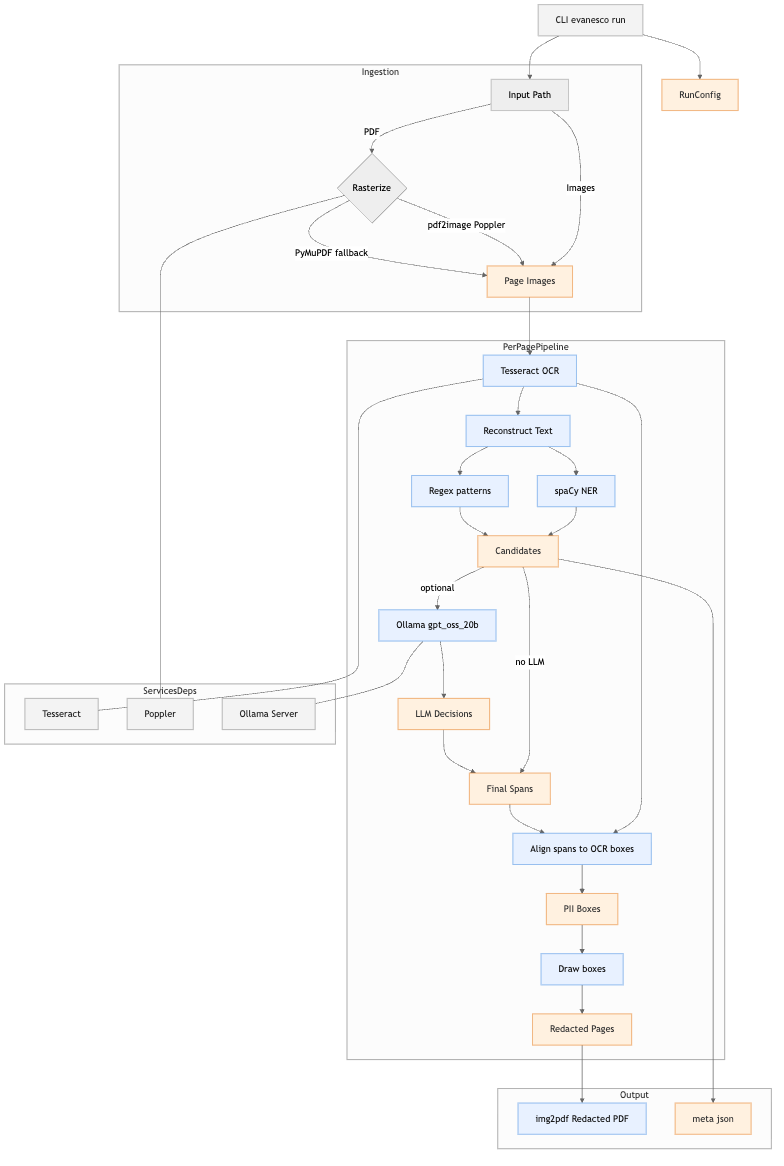
This is docs/architecture.png from BechirTr/evanesco-offline, a Mermaid export, as it was before one commit. Its source is kept beside it as docs/architecture.mmd.
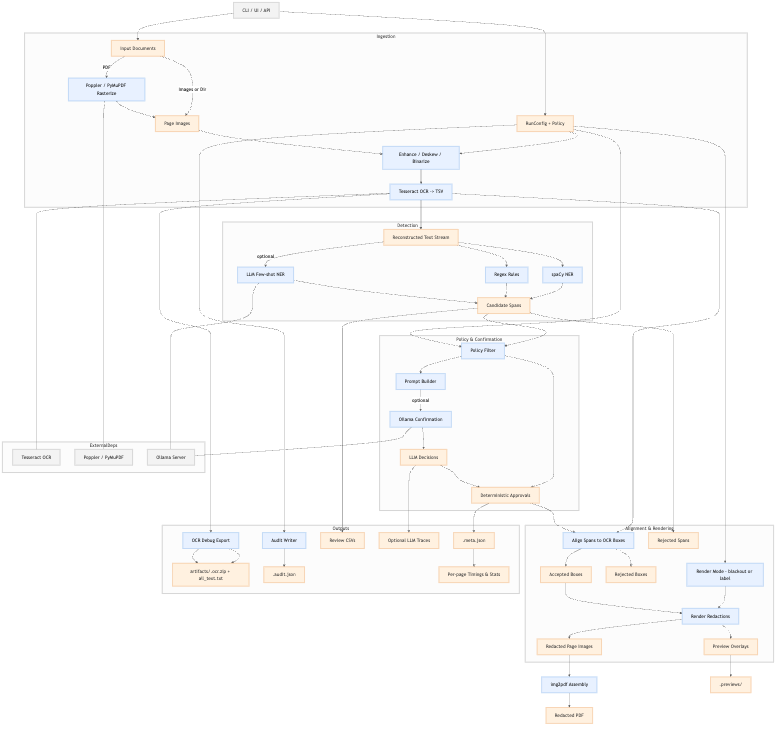
After the commit.

The edit, as a diff of the source:
```diff
@@ -3,48 +3,76 @@
   classDef action fill:#e8f1ff,stroke:#4a90e2,color:#111
   classDef store fill:#fff1e0,stroke:#e67e22,color:#333
 
-  I[CLI evanesco run]:::external --> Cfg[RunConfig]:::store
-  I --> InPath[Input Path]
+Entry[CLI / UI / API]:::external --> Config[RunConfig + Policy]:::store;
+Entry --> Source[Input Documents]:::store;
 
-  subgraph Ingestion
-    InPath -->|PDF| Raster{Rasterize}
-    InPath -->|Images| ImgList[Page Images]:::store
-    Raster -->|pdf2image Poppler| ImgList
-    Raster -->|PyMuPDF fallback| ImgList
-  end
 
-  subgraph PerPagePipeline
-    direction LR
-    ImgList --> OCR[Tesseract OCR]:::action
-    OCR --> Text[Reconstruct Text]:::action
-    Text --> Spa[spaCy NER]:::action
-    Text --> Re[Regex patterns]:::action
-    Spa --> Cand[Candidates]:::store
-    Re  --> Cand
+subgraph Ingestion
+  Source -->|PDF| Rasterize[Poppler / PyMuPDF Rasterize]:::action;
+  Source -->|Images or Dir| Pages[Page Images]:::store;
+  Rasterize --> Pages;
+  Config --> Preprocess[Enhance / Deskew / Binarize]:::action;
+  Pages --> Preprocess;
+  Preprocess --> OCR[Tesseract OCR -> TSV]:::action;
+end
 
-    Cand -->|optional| LLM[Ollama gpt_oss_20b]:::action
-    LLM --> Dec[LLM Decisions]:::store
-    Cand -->|no LLM| Final[Final Spans]:::store
-    Dec  --> Final
+OCR --> TextStream[Reconstructed Text Stream]:::store;
+OCR --> DebugExport[OCR Debug Export]:::action;
+DebugExport --> OcrArtifacts[artifacts/<run>.ocr.zip + all_text.txt]:::store;
 
-    OCR  --> Align[Align spans to OCR boxes]:::action
-    Final --> Align
-    Align --> Boxes[PII Boxes]:::store
-    Boxes --> Redact[Draw boxes]:::action
-    Redact --> RedPages[Redacted Pages]:::store
-  end
+subgraph Detection
+  TextStream --> Spa[spaCy NER]:::action;
+  TextStream --> Regex[Regex Rules]:::action;
+  TextStream -->|optional| LLMNER[LLM Few-shot NER]:::action;
+  Spa --> Candidates[Candidate Spans]:::store;
+  Regex --> Candidates;
+  LLMNER --> Candidates;
+end
 
-  subgraph Output
-    RedPages --> PDF[img2pdf Redacted PDF]:::action
-    Cand --> Meta[meta json]:::store
-  end
+subgraph PolicyConfirmation [Policy & Confirmation]
+  Candidates --> PolicyFilter[Policy Filter]:::action;
+  Config --> PolicyFilter;
+  PolicyFilter --> Prompt[Prompt Builder]:::action;
+  Prompt -->|optional| ConfirmLLM[Ollama Confirmation]:::action;
+  ConfirmLLM --> Decisions[LLM Decisions]:::store;
+  PolicyFilter --> Deterministic[Deterministic Approvals]:::store;
+  Decisions --> Deterministic;
+end
 
-  subgraph ServicesDeps
-    T[Tesseract]:::external
-    Pop[Poppler]:::external
-    Oll[Ollama Server]:::external
-  end
+subgraph AlignmentRendering [Alignment & Rendering]
+  OCR --> Align[Align Spans to OCR Boxes]:::action;
+  Deterministic --> Align;
+  Align --> Boxes[Accepted Boxes]:::store;
+  Candidates --> Rejected[Rejected Spans]:::store;
+  Align --> RejectedBoxes[Rejected Boxes]:::store;
+  Config --> RenderMode[Render Mode - blackout or label]:::action;
+  RenderMode --> Render[Render Redactions]:::action;
+  Boxes --> Render;
+  Render --> RedPages[Redacted Page Images]:::store;
+  Render --> Previews[Preview Overlays]:::store;
+end
 
-  OCR --- T
-  Raster --- Pop
-  LLM --- Oll
+RedPages --> PdfTask[img2pdf Assembly]:::action;
+PdfTask --> OutputPdf[Redacted PDF]:::store;
+Previews --> PreviewDir[<run>.previews/]:::store;
+
+subgraph Outputs
+  Deterministic --> Meta[<run>.meta.json]:::store;
+  Candidates --> ReviewCsv[Review CSVs]:::store;
+  Decisions --> Traces[Optional LLM Traces]:::store;
+  DebugExport --> OcrArtifacts;
+  Config --> AuditWriter[Audit Writer]:::action;
+  AuditWriter --> AuditJson[<run>.audit.json]:::store;
+  Meta --> Summary[Per-page Timings & Stats]:::store;
+end
+
+subgraph ExternalDeps
+  Tess[Tesseract OCR]:::external;
+  PopplerSvc[Poppler / PyMuPDF]:::external;
+  Oll[Ollama Server]:::external;
+end
+
+OCR --- Tess;
+Rasterize --- PopplerSvc;
+ConfirmLLM --- Oll;
+LLMNER --- Oll;
```
